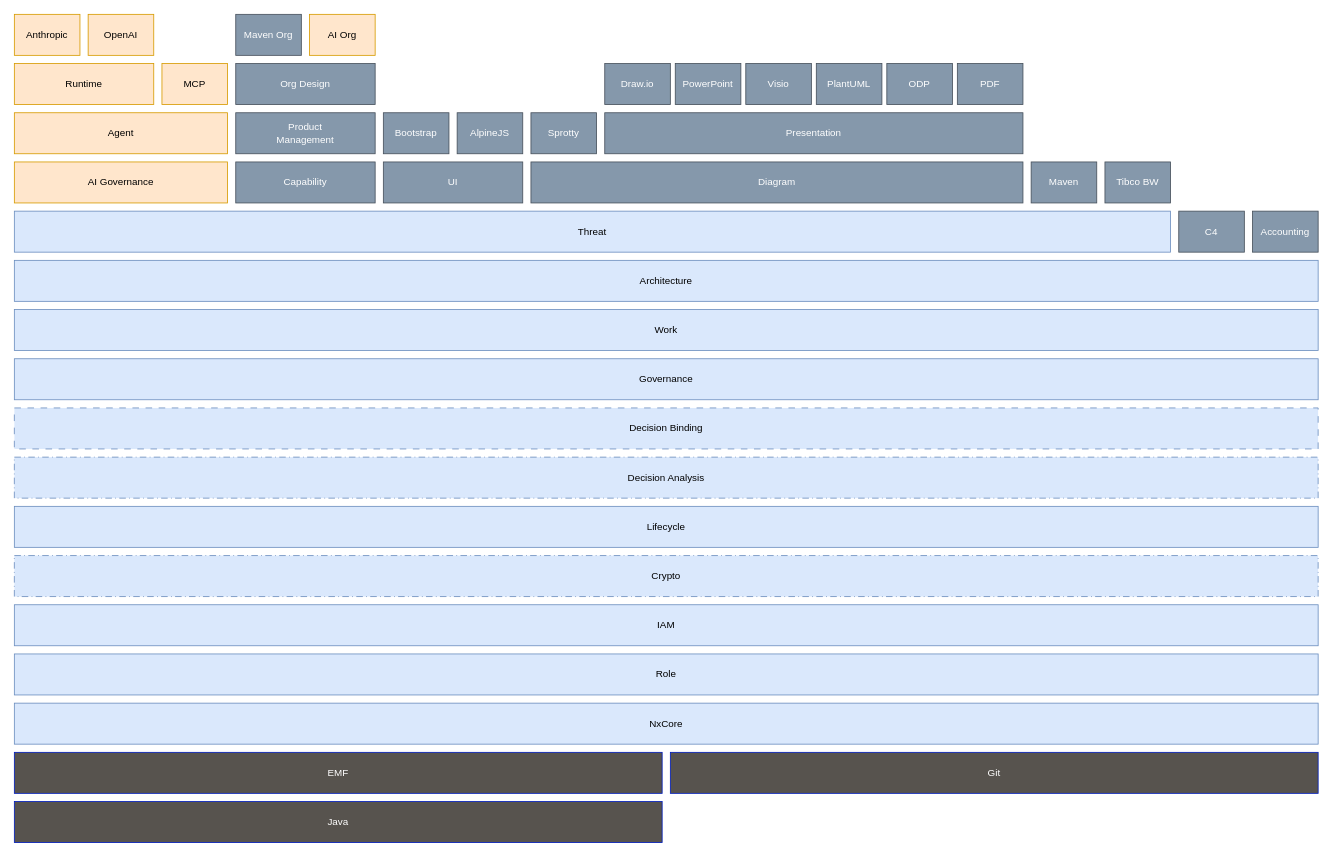
Nasdanika/nasdanika.com keeps this draw.io diagram as model-tower.drawio. Above is the earlier version. Source tidied: cells renumbered, new cells numbered last; positions are measured from the earlier drawing's top-left corner, leaving out a move shared by most shapes. Both pictures are drawn from the tidied source at 82%, with x=0, y=0 at pixel (14, 14).
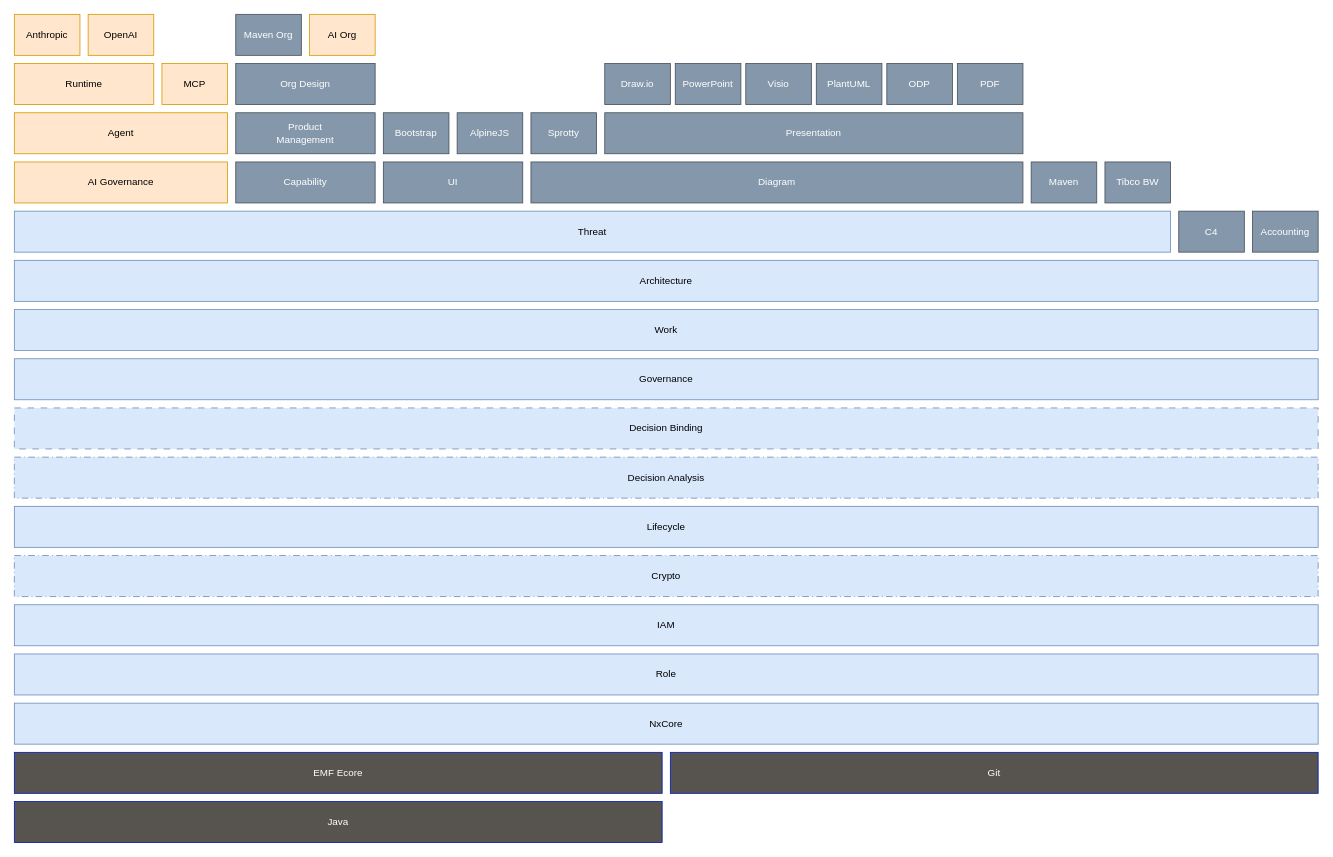
The same diagram, later.

What changed in the source:
```diff
@@
-    <mxCell id="38" value="EMF" style="rounded=0;whiteSpace=wrap;html=1;fillColor=#57534E;fontColor=#ffffff;strokeColor=#001DBC;" parent="1" vertex="1">
+    <mxCell id="38" value="EMF Ecore" style="rounded=0;whiteSpace=wrap;html=1;fillColor=#57534E;fontColor=#ffffff;strokeColor=#001DBC;" parent="1" vertex="1">
       <mxGeometry y="900" width="790" height="50" as="geometry" />
     </mxCell>
```
